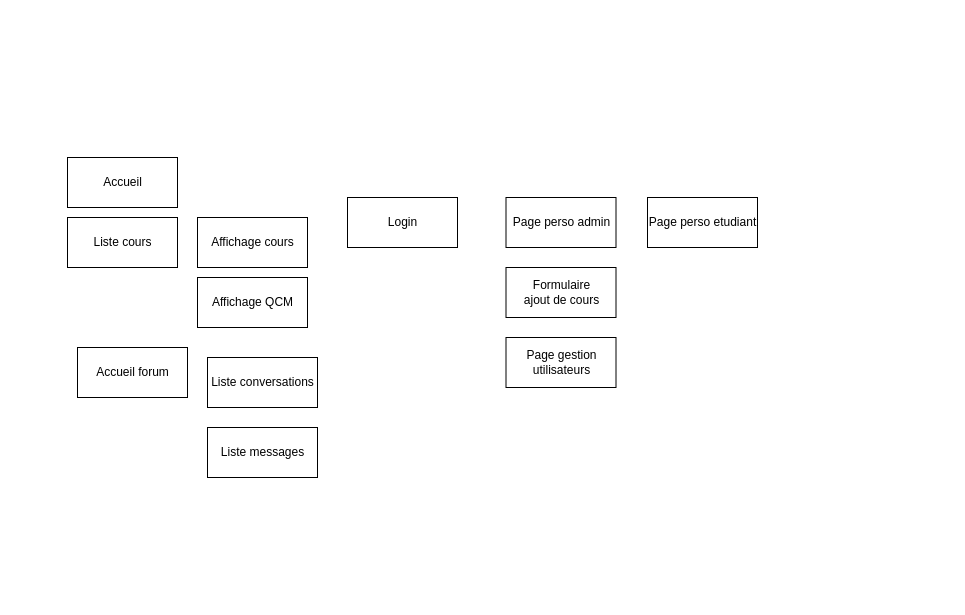
FC-Dijkstra/SiteFormation_DAW keeps this draw.io diagram as documentation/diagrammes/Navigation.drawio. Above is the earlier version. Source tidied: cells renumbered, new cells numbered last; positions are measured from the earlier drawing's top-left corner, leaving out a move shared by most shapes. Both pictures are drawn from the tidied source at 100%, with x=0, y=0 at pixel (67, 157).
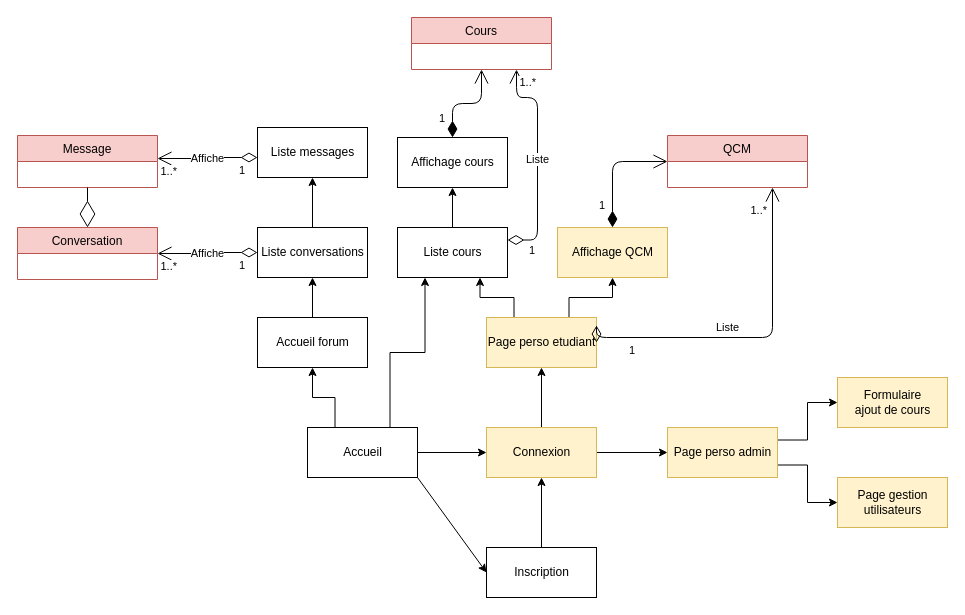
The same diagram, later.

Change to the diagram source:
```diff
@@
+    <mxCell id="14" style="edgeStyle=orthogonalEdgeStyle;rounded=0;jettySize=auto;html=1;exitX=0.75;exitY=0;exitDx=0;exitDy=0;entryX=0.25;entryY=1;entryDx=0;entryDy=0;" parent="1" edge="1" source="2" target="7">
+      <mxGeometry relative="1" as="geometry" />
+    </mxCell>
+    <mxCell id="15" style="edgeStyle=orthogonalEdgeStyle;rounded=0;jettySize=auto;html=1;exitX=0.25;exitY=0;exitDx=0;exitDy=0;entryX=0.5;entryY=1;entryDx=0;entryDy=0;" parent="1" edge="1" source="2" target="6">
+      <mxGeometry relative="1" as="geometry" />
+    </mxCell>
     <mxCell id="2" value="Accueil&lt;br&gt;" style="html=1;" parent="1" vertex="1">
-      <mxGeometry width="110" height="50" as="geometry" />
+      <mxGeometry x="240" y="270" width="110" height="50" as="geometry" />
     </mxCell>
-    <mxCell id="3" value="Login" style="html=1;" parent="1" vertex="1">
-      <mxGeometry x="280" y="40" width="110" height="50" as="geometry" />
-    </mxCell>
+    <mxCell id="16" style="edgeStyle=orthogonalEdgeStyle;rounded=0;jettySize=auto;html=1;exitX=0.75;exitY=0;exitDx=0;exitDy=0;entryX=0.5;entryY=1;entryDx=0;entryDy=0;" parent="1" edge="1" source="4" target="9">
+      <mxGeometry relative="1" as="geometry" />
+    </mxCell>
+    <mxCell id="17" style="edgeStyle=orthogonalEdgeStyle;rounded=0;jettySize=auto;html=1;exitX=0.25;exitY=0;exitDx=0;exitDy=0;entryX=0.75;entryY=1;entryDx=0;entryDy=0;" parent="1" edge="1" source="4" target="7">
+      <mxGeometry relative="1" as="geometry" />
+    </mxCell>
-    <mxCell id="4" value="Page perso etudiant" style="html=1;" parent="1" vertex="1">
-      <mxGeometry x="580" y="40" width="110" height="50" as="geometry" />
+    <mxCell id="4" value="Page perso etudiant" style="html=1;fillColor=#fff2cc;strokeColor=#d6b656;" parent="1" vertex="1">
+      <mxGeometry x="419" y="160" width="110" height="50" as="geometry" />
     </mxCell>
+    <mxCell id="18" style="edgeStyle=orthogonalEdgeStyle;rounded=0;jettySize=auto;html=1;exitX=1;exitY=0.25;exitDx=0;exitDy=0;entryX=0;entryY=0.5;entryDx=0;entryDy=0;" parent="1" edge="1" source="5" target="12">
+      <mxGeometry relative="1" as="geometry" />
+    </mxCell>
+    <mxCell id="19" style="edgeStyle=orthogonalEdgeStyle;rounded=0;jettySize=auto;html=1;exitX=1;exitY=0.75;exitDx=0;exitDy=0;entryX=0;entryY=0.5;entryDx=0;entryDy=0;" parent="1" edge="1" source="5" target="13">
+      <mxGeometry relative="1" as="geometry" />
+    </mxCell>
-    <mxCell id="5" value="Page perso admin" style="html=1;" parent="1" vertex="1">
-      <mxGeometry x="438.5" y="40" width="110" height="50" as="geometry" />
+    <mxCell id="5" value="Page perso admin" style="html=1;fillColor=#fff2cc;strokeColor=#d6b656;" parent="1" vertex="1">
+      <mxGeometry x="600" y="270" width="110" height="50" as="geometry" />
     </mxCell>
+    <mxCell id="20" style="edgeStyle=orthogonalEdgeStyle;rounded=0;jettySize=auto;html=1;exitX=0.5;exitY=0;exitDx=0;exitDy=0;entryX=0.5;entryY=1;entryDx=0;entryDy=0;" parent="1" edge="1" source="6" target="10">
+      <mxGeometry relative="1" as="geometry" />
+    </mxCell>
     <mxCell id="6" value="Accueil forum" style="html=1;" parent="1" vertex="1">
-      <mxGeometry x="10" y="190" width="110" height="50" as="geometry" />
+      <mxGeometry x="190" y="160" width="110" height="50" as="geometry" />
     </mxCell>
+    <mxCell id="21" style="edgeStyle=orthogonalEdgeStyle;rounded=0;jettySize=auto;html=1;exitX=0.5;exitY=0;exitDx=0;exitDy=0;entryX=0.5;entryY=1;entryDx=0;entryDy=0;" parent="1" edge="1" source="7" target="8">
+      <mxGeometry relative="1" as="geometry" />
+    </mxCell>
     <mxCell id="7" value="Liste cours" style="html=1;" parent="1" vertex="1">
-      <mxGeometry y="60" width="110" height="50" as="geometry" />
+      <mxGeometry x="330" y="70" width="110" height="50" as="geometry" />
     </mxCell>
     <mxCell id="8" value="Affichage cours" style="html=1;" parent="1" vertex="1">
-      <mxGeometry x="130" y="60" width="110" height="50" as="geometry" />
+      <mxGeometry x="330" y="-20" width="110" height="50" as="geometry" />
     </mxCell>
-    <mxCell id="9" value="Affichage QCM" style="html=1;" parent="1" vertex="1">
-      <mxGeometry x="130" y="120" width="110" height="50" as="geometry" />
+    <mxCell id="9" value="Affichage QCM" style="html=1;fillColor=#fff2cc;strokeColor=#d6b656;" parent="1" vertex="1">
+      <mxGeometry x="490" y="70" width="110" height="50" as="geometry" />
     </mxCell>
+    <mxCell id="22" style="edgeStyle=orthogonalEdgeStyle;rounded=0;jettySize=auto;html=1;exitX=0.5;exitY=0;exitDx=0;exitDy=0;entryX=0.5;entryY=1;entryDx=0;entryDy=0;" parent="1" edge="1" source="10" target="11">
+      <mxGeometry relative="1" as="geometry" />
+    </mxCell>
     <mxCell id="10" value="Liste conversations" style="html=1;" parent="1" vertex="1">
-      <mxGeometry x="140" y="200" width="110" height="50" as="geometry" />
+      <mxGeometry x="190" y="70" width="110" height="50" as="geometry" />
     </mxCell>
     <mxCell id="11" value="Liste messages" style="html=1;" parent="1" vertex="1">
-      <mxGeometry x="140" y="270" width="110" height="50" as="geometry" />
+      <mxGeometry x="190" y="-30" width="110" height="50" as="geometry" />
     </mxCell>
-    <mxCell id="12" value="Formulaire &lt;br&gt;ajout de cours" style="html=1;" parent="1" vertex="1">
-      <mxGeometry x="438.5" y="110" width="110" height="50" as="geometry" />
+    <mxCell id="12" value="Formulaire &lt;br&gt;ajout de cours" style="html=1;fillColor=#fff2cc;strokeColor=#d6b656;" parent="1" vertex="1">
+      <mxGeometry x="770" y="220" width="110" height="50" as="geometry" />
     </mxCell>
-    <mxCell id="13" value="Page gestion &lt;br&gt;utilisateurs" style="html=1;" parent="1" vertex="1">
-      <mxGeometry x="438.5" y="180" width="110" height="50" as="geometry" />
+    <mxCell id="13" value="Page gestion &lt;br&gt;utilisateurs" style="html=1;fillColor=#fff2cc;strokeColor=#d6b656;" parent="1" vertex="1">
+      <mxGeometry x="770" y="320" width="110" height="50" as="geometry" />
     </mxCell>
+    <mxCell id="23" value="Inscription" style="html=1;" parent="1" vertex="1">
+      <mxGeometry x="419" y="390" width="110" height="50" as="geometry" />
+    </mxCell>
+    <mxCell id="24" style="endArrow=classic;html=1;exitX=1;exitY=0.5;exitDx=0;exitDy=0;entryX=0;entryY=0.5;entryDx=0;entryDy=0;" parent="1" edge="1" source="2" target="29">
+      <mxGeometry relative="1" as="geometry" />
+    </mxCell>
+    <mxCell id="25" style="endArrow=classic;html=1;exitX=1;exitY=1;exitDx=0;exitDy=0;entryX=0;entryY=0.5;entryDx=0;entryDy=0;" parent="1" edge="1" source="2" target="23">
+      <mxGeometry relative="1" as="geometry" />
+    </mxCell>
+    <mxCell id="26" style="endArrow=classic;html=1;exitX=0.5;exitY=0;exitDx=0;exitDy=0;entryX=0.5;entryY=1;entryDx=0;entryDy=0;" parent="1" edge="1" source="23" target="29">
+      <mxGeometry relative="1" as="geometry" />
+    </mxCell>
+    <mxCell id="27" style="edgeStyle=orthogonalEdgeStyle;rounded=0;jettySize=auto;html=1;exitX=0.5;exitY=0;exitDx=0;exitDy=0;entryX=0.5;entryY=1;entryDx=0;entryDy=0;" parent="1" edge="1" source="29" target="4">
+      <mxGeometry relative="1" as="geometry" />
+    </mxCell>
+    <mxCell id="28" style="edgeStyle=orthogonalEdgeStyle;rounded=0;jettySize=auto;html=1;exitX=1;exitY=0.5;exitDx=0;exitDy=0;entryX=0;entryY=0.5;entryDx=0;entryDy=0;" parent="1" edge="1" source="29" target="5">
+      <mxGeometry relative="1" as="geometry" />
+    </mxCell>
+    <mxCell id="29" value="Connexion" style="html=1;fillColor=#fff2cc;strokeColor=#d6b656;" parent="1" vertex="1">
+      <mxGeometry x="419" y="270" width="110" height="50" as="geometry" />
+    </mxCell>
+    <mxCell id="30" value="Message" style="swimlane;fontStyle=0;horizontal=1;startSize=26;fillColor=#f8cecc;strokeColor=#b85450;" parent="1" vertex="1">
+      <mxGeometry x="-50" y="-22" width="140" height="52" as="geometry" />
+    </mxCell>
+    <mxCell id="31" value="Conversation" style="swimlane;fontStyle=0;horizontal=1;startSize=26;fillColor=#f8cecc;strokeColor=#b85450;" parent="1" vertex="1">
+      <mxGeometry x="-50" y="70" width="140" height="52" as="geometry" />
+    </mxCell>
+    <mxCell id="32" value="Cours" style="swimlane;fontStyle=0;horizontal=1;startSize=26;fillColor=#f8cecc;strokeColor=#b85450;" parent="1" vertex="1">
+      <mxGeometry x="344" y="-140" width="140" height="52" as="geometry" />
+    </mxCell>
+    <mxCell id="33" value="QCM" style="swimlane;fontStyle=0;horizontal=1;startSize=26;fillColor=#f8cecc;strokeColor=#b85450;" parent="1" vertex="1">
+      <mxGeometry x="600" y="-22" width="140" height="52" as="geometry" />
+    </mxCell>
+    <mxCell id="34" value="Affiche" style="endArrow=open;html=1;endSize=12;startArrow=diamondThin;startSize=14;startFill=0;edgeStyle=orthogonalEdgeStyle;exitX=0;exitY=0.5;exitDx=0;exitDy=0;entryX=1;entryY=0.5;entryDx=0;entryDy=0;" parent="1" edge="1" source="10" target="31">
+      <mxGeometry relative="1" as="geometry">
+        <Array as="points">
+          <mxPoint x="140" y="95" />
+        </Array>
+      </mxGeometry>
+    </mxCell>
+    <mxCell id="35" value="1" style="edgeLabel;html=1;align=left;verticalAlign=top;" parent="34" vertex="1">
+      <mxGeometry x="-1" relative="1" as="geometry">
+        <mxPoint x="-20" as="offset" />
+      </mxGeometry>
+    </mxCell>
+    <mxCell id="36" value="1..*" style="edgeLabel;html=1;align=right;verticalAlign=top;" parent="34" vertex="1">
+      <mxGeometry x="1" relative="1" as="geometry">
+        <mxPoint x="19.8" as="offset" />
+      </mxGeometry>
+    </mxCell>
+    <mxCell id="37" value="Affiche" style="endArrow=open;html=1;endSize=12;startArrow=diamondThin;startSize=14;startFill=0;edgeStyle=orthogonalEdgeStyle;exitX=0;exitY=0.5;exitDx=0;exitDy=0;entryX=1;entryY=0.5;entryDx=0;entryDy=0;" parent="1" edge="1">
+      <mxGeometry relative="1" as="geometry">
+        <mxPoint x="190" as="sourcePoint" />
+        <mxPoint x="90" y="1" as="targetPoint" />
+        <Array as="points">
+          <mxPoint x="140" />
+        </Array>
+      </mxGeometry>
+    </mxCell>
+    <mxCell id="38" value="1" style="edgeLabel;html=1;align=left;verticalAlign=top;" parent="37" vertex="1">
+      <mxGeometry x="-1" relative="1" as="geometry">
+        <mxPoint x="-20" as="offset" />
+      </mxGeometry>
+    </mxCell>
+    <mxCell id="39" value="1..*" style="edgeLabel;html=1;align=right;verticalAlign=top;" parent="37" vertex="1">
+      <mxGeometry x="1" relative="1" as="geometry">
+        <mxPoint x="19.8" as="offset" />
+      </mxGeometry>
+    </mxCell>
+    <mxCell id="40" style="endArrow=diamondThin;endFill=0;endSize=24;html=1;entryX=0.5;entryY=0;entryDx=0;entryDy=0;exitX=0.5;exitY=1;exitDx=0;exitDy=0;" parent="1" edge="1" source="30" target="31">
+      <mxGeometry relative="1" as="geometry" />
+    </mxCell>
+    <mxCell id="41" value="Liste" style="endArrow=open;html=1;endSize=12;startArrow=diamondThin;startSize=14;startFill=0;edgeStyle=orthogonalEdgeStyle;exitX=1;exitY=0.25;exitDx=0;exitDy=0;entryX=0.75;entryY=1;entryDx=0;entryDy=0;" parent="1" edge="1" source="7" target="32">
+      <mxGeometry relative="1" as="geometry">
+        <Array as="points">
+          <mxPoint x="470" y="83" />
+          <mxPoint x="470" y="-60" />
+          <mxPoint x="449" y="-60" />
+        </Array>
+      </mxGeometry>
+    </mxCell>
+    <mxCell id="42" value="1" style="edgeLabel;html=1;align=left;verticalAlign=top;" parent="41" vertex="1">
+      <mxGeometry x="-1" relative="1" as="geometry">
+        <mxPoint x="20" y="-2.5" as="offset" />
+      </mxGeometry>
+    </mxCell>
+    <mxCell id="43" value="1..*" style="edgeLabel;html=1;align=right;verticalAlign=top;" parent="41" vertex="1">
+      <mxGeometry x="1" relative="1" as="geometry">
+        <mxPoint x="19.8" as="offset" />
+      </mxGeometry>
+    </mxCell>
+    <mxCell id="44" value="1" style="endArrow=open;html=1;endSize=12;startArrow=diamondThin;startSize=14;startFill=1;edgeStyle=orthogonalEdgeStyle;align=left;verticalAlign=bottom;entryX=0.5;entryY=1;entryDx=0;entryDy=0;exitX=0.5;exitY=0;exitDx=0;exitDy=0;" parent="1" edge="1" source="8" target="32">
+      <mxGeometry x="-0.79" y="15" relative="1" as="geometry" />
+    </mxCell>
+    <mxCell id="45" value="1" style="endArrow=open;html=1;endSize=12;startArrow=diamondThin;startSize=14;startFill=1;edgeStyle=orthogonalEdgeStyle;align=left;verticalAlign=bottom;entryX=0;entryY=0.5;entryDx=0;entryDy=0;exitX=0.5;exitY=0;exitDx=0;exitDy=0;" parent="1" edge="1" source="9" target="33">
+      <mxGeometry x="-0.79" y="15" relative="1" as="geometry" />
+    </mxCell>
+    <mxCell id="46" value="Liste" style="endArrow=open;html=1;endSize=12;startArrow=diamondThin;startSize=14;startFill=0;edgeStyle=orthogonalEdgeStyle;exitX=1;exitY=0.5;exitDx=0;exitDy=0;entryX=0.75;entryY=1;entryDx=0;entryDy=0;" parent="1" edge="1" source="4" target="33">
+      <mxGeometry x="-0.18" y="10" relative="1" as="geometry">
+        <Array as="points">
+          <mxPoint x="529" y="180" />
+          <mxPoint x="705" y="180" />
+        </Array>
+      </mxGeometry>
+    </mxCell>
+    <mxCell id="47" value="1" style="edgeLabel;html=1;align=left;verticalAlign=top;" parent="46" vertex="1">
+      <mxGeometry x="-1" relative="1" as="geometry">
+        <mxPoint x="31" y="-5" as="offset" />
+      </mxGeometry>
+    </mxCell>
+    <mxCell id="48" value="1..*" style="edgeLabel;html=1;align=right;verticalAlign=top;" parent="46" vertex="1">
+      <mxGeometry x="1" relative="1" as="geometry">
+        <mxPoint x="-5" y="9.8" as="offset" />
+      </mxGeometry>
+    </mxCell>
```
